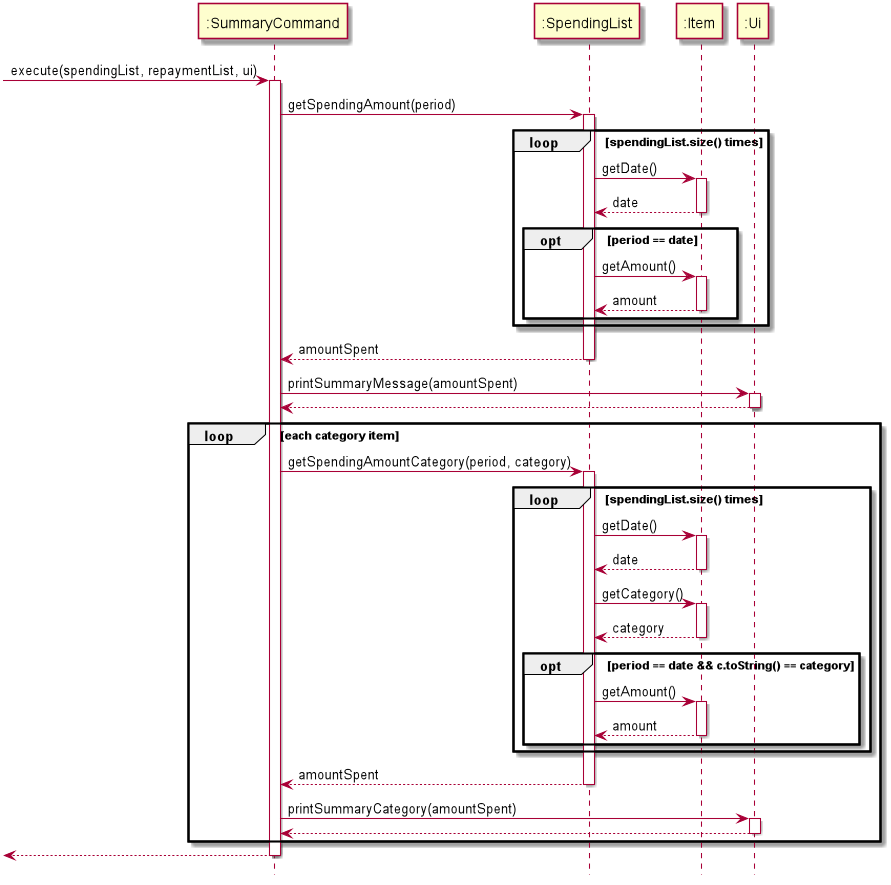
Above: docs/images/SummaryCommand.png in xieyaoyue/tp (PlantUML), before the change. Its diagram source:
```plantuml
@startuml
hide footbox

-> ":SummaryCommand": execute(spendingList, repaymentList, ui)
activate ":SummaryCommand"

":SummaryCommand" -> ":SpendingList": getSpendingAmount(period)
activate ":SpendingList"

loop spendingList.size() times


":SpendingList" -> ":Item": getDate()
activate ":Item"
":Item" --> ":SpendingList": date
deactivate ":Item"

opt period == date
":SpendingList" -> ":Item": getAmount()
activate ":Item"
":Item" --> ":SpendingList": amount
deactivate ":Item"

end

end

":SpendingList" --> ":SummaryCommand": amountSpent
deactivate ":SpendingList"
":SummaryCommand" -> ":Ui" : printSummaryMessage(amountSpent)
activate ":Ui"
":Ui" --> ":SummaryCommand"
deactivate ":Ui"

loop each category item
":SummaryCommand" -> ":SpendingList": getSpendingAmountCategory(period, category)
activate ":SpendingList"

loop spendingList.size() times
":SpendingList" -> ":Item": getDate()
activate ":Item"
":Item" --> ":SpendingList": date
deactivate ":Item"

":SpendingList" -> ":Item": getCategory()
activate ":Item"
":Item" --> ":SpendingList": category
deactivate ":Item"

opt period == date && c.toString() == category
":SpendingList" -> ":Item": getAmount()
activate ":Item"
":Item" --> ":SpendingList": amount
deactivate ":Item"
end
end


":SpendingList" --> ":SummaryCommand": amountSpent
deactivate ":SpendingList"

":SummaryCommand" -> ":Ui" : printSummaryCategory(amountSpent)
activate ":Ui"
":Ui" --> ":SummaryCommand"
deactivate ":Ui"
end

<-- ":SummaryCommand"
deactivate ":SummaryCommand"
@enduml
```
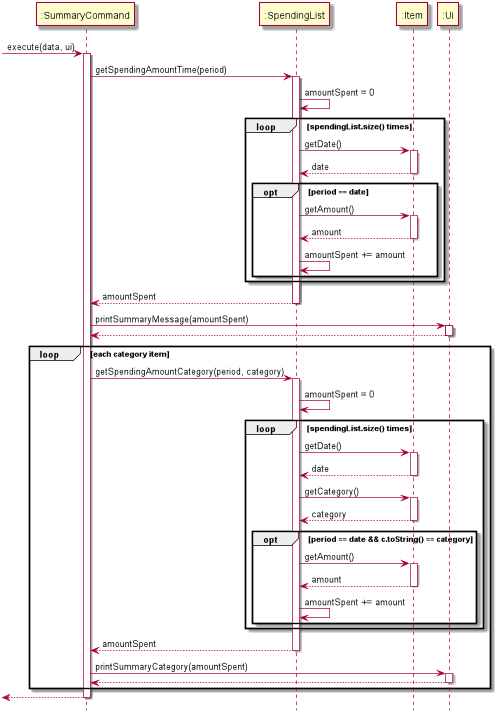
After the change.

Change to the diagram source:
```diff
@@ -1,11 +1,15 @@
 @startuml
 hide footbox
 
--> ":SummaryCommand": execute(spendingList, repaymentList, ui)
+
+
+-> ":SummaryCommand": execute(data, ui)
 activate ":SummaryCommand"
 
-":SummaryCommand" -> ":SpendingList": getSpendingAmount(period)
+":SummaryCommand" -> ":SpendingList": getSpendingAmountTime(period)
 activate ":SpendingList"
+
+":SpendingList" -> ":SpendingList" : amountSpent = 0
 
 loop spendingList.size() times
 
@@ -20,7 +24,7 @@
 activate ":Item"
 ":Item" --> ":SpendingList": amount
 deactivate ":Item"
-
+":SpendingList" -> ":SpendingList" : amountSpent += amount
 end
 
 end
@@ -35,6 +39,7 @@
 loop each category item
 ":SummaryCommand" -> ":SpendingList": getSpendingAmountCategory(period, category)
 activate ":SpendingList"
+":SpendingList" -> ":SpendingList" : amountSpent = 0
 
 loop spendingList.size() times
 ":SpendingList" -> ":Item": getDate()
@@ -52,9 +57,9 @@
 activate ":Item"
 ":Item" --> ":SpendingList": amount
 deactivate ":Item"
+":SpendingList" -> ":SpendingList" : amountSpent += amount
 end
 end
-
 
 ":SpendingList" --> ":SummaryCommand": amountSpent
 deactivate ":SpendingList"
@@ -67,4 +72,6 @@
 
 <-- ":SummaryCommand"
 deactivate ":SummaryCommand"
+
+
 @enduml
```
